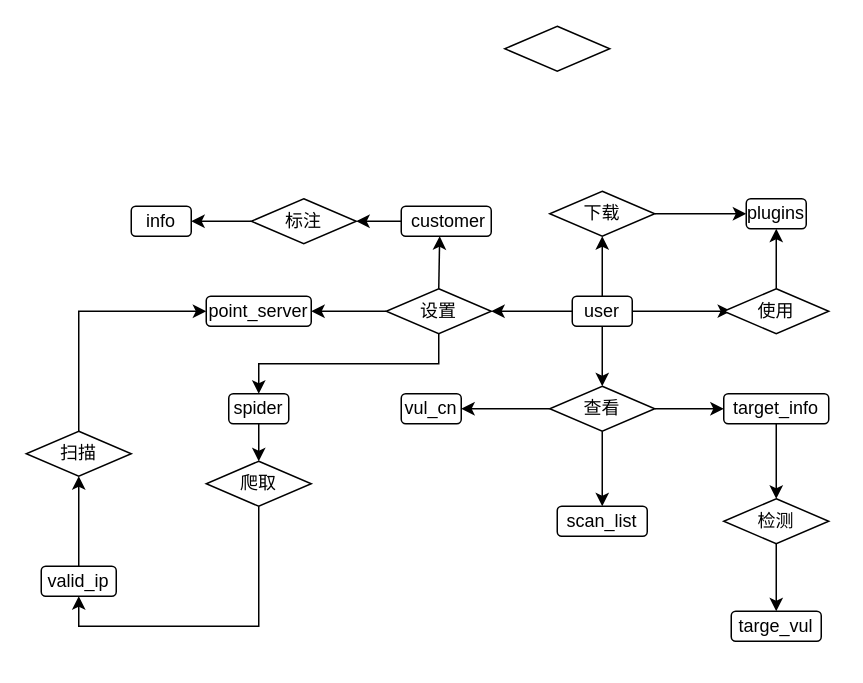
zhugeyunzhe/- keeps this draw.io diagram as page "第 1 页" (1 of 3) of 未命名绘图.drawio. Above is the earlier version. Source tidied: cells renumbered, new cells numbered last; positions are measured from the earlier drawing's top-left corner, leaving out a move shared by most shapes. Both pictures are drawn from the tidied source at 150%, with x=0, y=0 at pixel (26, 26).
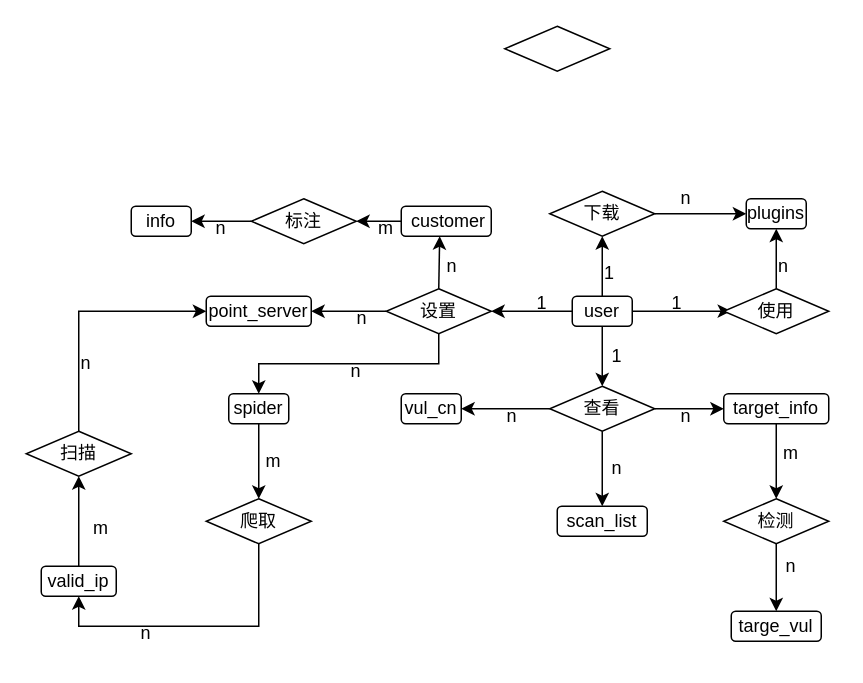
The same diagram, later.

Diff of the diagram source:
```diff
@@
     <mxCell id="41" value="爬取" style="rhombus;whiteSpace=wrap;html=1;" parent="1" vertex="1">
-      <mxGeometry x="120" y="290" width="70" height="30" as="geometry" />
+      <mxGeometry x="120" y="315" width="70" height="30" as="geometry" />
     </mxCell>
+    <mxCell id="42" value="1" style="text;html=1;strokeColor=none;fillColor=none;align=center;verticalAlign=middle;whiteSpace=wrap;rounded=0;" parent="1" vertex="1">
+      <mxGeometry x="404" y="170" width="60" height="30" as="geometry" />
+    </mxCell>
+    <mxCell id="43" value="n" style="text;html=1;strokeColor=none;fillColor=none;align=center;verticalAlign=middle;whiteSpace=wrap;rounded=0;" parent="1" vertex="1">
+      <mxGeometry x="100" y="120" width="60" height="30" as="geometry" />
+    </mxCell>
+    <mxCell id="44" value="1" style="text;html=1;strokeColor=none;fillColor=none;align=center;verticalAlign=middle;whiteSpace=wrap;rounded=0;" parent="1" vertex="1">
+      <mxGeometry x="364" y="205" width="60" height="30" as="geometry" />
+    </mxCell>
+    <mxCell id="45" value="1" style="text;html=1;strokeColor=none;fillColor=none;align=center;verticalAlign=middle;whiteSpace=wrap;rounded=0;" parent="1" vertex="1">
+      <mxGeometry x="359" y="150" width="60" height="30" as="geometry" />
+    </mxCell>
+    <mxCell id="46" value="1" style="text;html=1;strokeColor=none;fillColor=none;align=center;verticalAlign=middle;whiteSpace=wrap;rounded=0;" parent="1" vertex="1">
+      <mxGeometry x="314" y="170" width="60" height="30" as="geometry" />
+    </mxCell>
+    <mxCell id="47" value="n" style="text;html=1;strokeColor=none;fillColor=none;align=center;verticalAlign=middle;whiteSpace=wrap;rounded=0;" parent="1" vertex="1">
+      <mxGeometry x="194" y="180" width="60" height="30" as="geometry" />
+    </mxCell>
+    <mxCell id="48" value="n" style="text;html=1;strokeColor=none;fillColor=none;align=center;verticalAlign=middle;whiteSpace=wrap;rounded=0;" parent="1" vertex="1">
+      <mxGeometry x="254" y="145" width="60" height="30" as="geometry" />
+    </mxCell>
+    <mxCell id="49" value="n" style="text;html=1;strokeColor=none;fillColor=none;align=center;verticalAlign=middle;whiteSpace=wrap;rounded=0;" parent="1" vertex="1">
+      <mxGeometry x="475" y="145" width="60" height="30" as="geometry" />
+    </mxCell>
+    <mxCell id="50" value="n" style="text;html=1;strokeColor=none;fillColor=none;align=center;verticalAlign=middle;whiteSpace=wrap;rounded=0;" parent="1" vertex="1">
+      <mxGeometry x="410" y="100" width="60" height="30" as="geometry" />
+    </mxCell>
+    <mxCell id="51" value="m" style="text;html=1;strokeColor=none;fillColor=none;align=center;verticalAlign=middle;whiteSpace=wrap;rounded=0;" parent="1" vertex="1">
+      <mxGeometry x="210" y="120" width="60" height="30" as="geometry" />
+    </mxCell>
+    <mxCell id="52" value="m" style="text;html=1;strokeColor=none;fillColor=none;align=center;verticalAlign=middle;whiteSpace=wrap;rounded=0;" parent="1" vertex="1">
+      <mxGeometry x="480" y="270" width="60" height="30" as="geometry" />
+    </mxCell>
+    <mxCell id="53" value="m" style="text;html=1;strokeColor=none;fillColor=none;align=center;verticalAlign=middle;whiteSpace=wrap;rounded=0;" parent="1" vertex="1">
+      <mxGeometry x="20" y="320" width="60" height="30" as="geometry" />
+    </mxCell>
+    <mxCell id="54" value="m" style="text;html=1;strokeColor=none;fillColor=none;align=center;verticalAlign=middle;whiteSpace=wrap;rounded=0;" parent="1" vertex="1">
+      <mxGeometry x="135" y="275" width="60" height="30" as="geometry" />
+    </mxCell>
+    <mxCell id="55" value="n" style="text;html=1;strokeColor=none;fillColor=none;align=center;verticalAlign=middle;whiteSpace=wrap;rounded=0;" parent="1" vertex="1">
+      <mxGeometry x="480" y="345" width="60" height="30" as="geometry" />
+    </mxCell>
+    <mxCell id="56" value="n" style="text;html=1;strokeColor=none;fillColor=none;align=center;verticalAlign=middle;whiteSpace=wrap;rounded=0;" parent="1" vertex="1">
+      <mxGeometry x="10" y="210" width="60" height="30" as="geometry" />
+    </mxCell>
+    <mxCell id="57" value="n" style="text;html=1;strokeColor=none;fillColor=none;align=center;verticalAlign=middle;whiteSpace=wrap;rounded=0;" parent="1" vertex="1">
+      <mxGeometry x="50" y="390" width="60" height="30" as="geometry" />
+    </mxCell>
+    <mxCell id="58" value="n" style="text;html=1;strokeColor=none;fillColor=none;align=center;verticalAlign=middle;whiteSpace=wrap;rounded=0;" parent="1" vertex="1">
+      <mxGeometry x="190" y="215" width="60" height="30" as="geometry" />
+    </mxCell>
+    <mxCell id="59" value="n" style="text;html=1;strokeColor=none;fillColor=none;align=center;verticalAlign=middle;whiteSpace=wrap;rounded=0;" parent="1" vertex="1">
+      <mxGeometry x="410" y="245" width="60" height="30" as="geometry" />
+    </mxCell>
+    <mxCell id="60" value="n" style="text;html=1;strokeColor=none;fillColor=none;align=center;verticalAlign=middle;whiteSpace=wrap;rounded=0;" parent="1" vertex="1">
+      <mxGeometry x="294" y="245" width="60" height="30" as="geometry" />
+    </mxCell>
+    <mxCell id="61" value="n" style="text;html=1;strokeColor=none;fillColor=none;align=center;verticalAlign=middle;whiteSpace=wrap;rounded=0;" parent="1" vertex="1">
+      <mxGeometry x="364" y="280" width="60" height="30" as="geometry" />
+    </mxCell>
```
